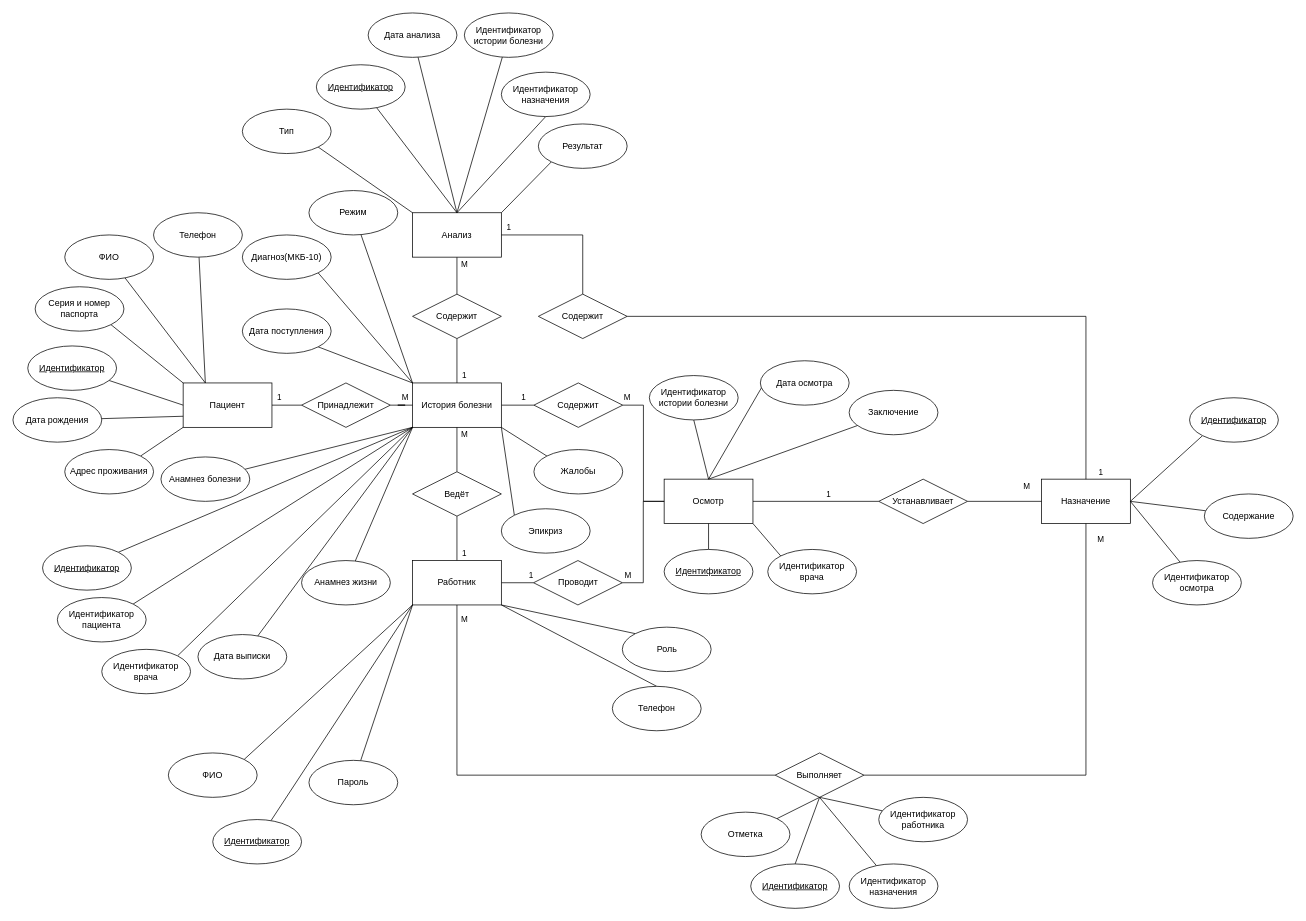
This is bd/kursovaya/ER.drawio from Mutabona/5Semestr, a draw.io file, before an edit. Source tidied: cells renumbered, new cells numbered last; positions are measured from the earlier drawing's top-left corner, leaving out a move shared by most shapes. Both pictures are drawn from the tidied source at 74%, with x=0, y=0 at pixel (13, 13).
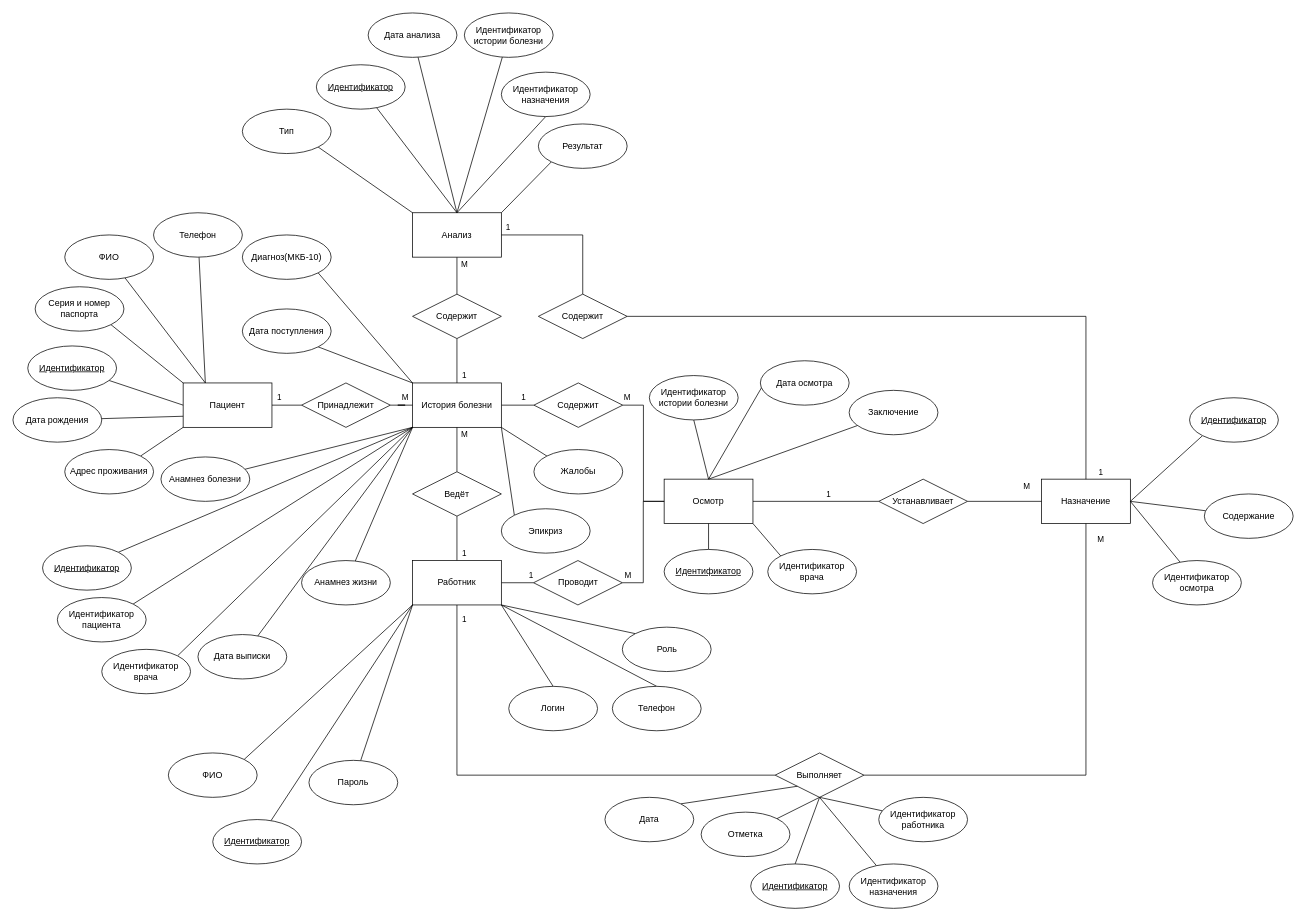
The same page after the edit.

Unchanged cells that the change refers to:
```xml
<mxCell id="5" value="История болезни" style="rounded=0;whiteSpace=wrap;html=1;" parent="1" vertex="1">
  <mxGeometry x="540" y="500" width="120" height="60" as="geometry" />
</mxCell>
<mxCell id="10" value="Анализ" style="rounded=0;whiteSpace=wrap;html=1;" parent="1" vertex="1">
  <mxGeometry x="540" y="270" width="120" height="60" as="geometry" />
</mxCell>
<mxCell id="14" value="Работник" style="rounded=0;whiteSpace=wrap;html=1;" parent="1" vertex="1">
  <mxGeometry x="540" y="740" width="120" height="60" as="geometry" />
</mxCell>
<mxCell id="21" value="Выполняет" style="rhombus;whiteSpace=wrap;html=1;" parent="1" vertex="1">
  <mxGeometry x="1030" y="1000" width="120" height="60" as="geometry" />
</mxCell>
<mxCell id="32" value="Содержит" style="rhombus;whiteSpace=wrap;html=1;" parent="1" vertex="1">
  <mxGeometry x="710" y="380" width="120" height="60" as="geometry" />
</mxCell>
```

The edit, as a diff of the source:
```diff
@@
-    <mxCell id="11" value="М" style="edgeStyle=orthogonalEdgeStyle;rounded=0;jettySize=auto;html=1;entryX=0;entryY=0.5;entryDx=0;entryDy=0;endArrow=none;endFill=0;exitX=0.5;exitY=1;exitDx=0;exitDy=0;" parent="1" edge="1" source="14" target="21">
+    <mxCell id="11" value="1" style="edgeStyle=orthogonalEdgeStyle;rounded=0;jettySize=auto;html=1;entryX=0;entryY=0.5;entryDx=0;entryDy=0;endArrow=none;endFill=0;exitX=0.5;exitY=1;exitDx=0;exitDy=0;" parent="1" edge="1" source="14" target="21">
       <mxGeometry x="-0.94" y="10" relative="1" as="geometry" />
     </mxCell>
@@
+    <mxCell id="112" style="rounded=0;jettySize=auto;html=1;exitX=1;exitY=1;exitDx=0;exitDy=0;entryX=0.5;entryY=0;entryDx=0;entryDy=0;endArrow=none;endFill=0;" parent="1" edge="1" source="14" target="113">
+      <mxGeometry relative="1" as="geometry" />
+    </mxCell>
@@
     <mxCell id="30" value="1" style="edgeStyle=orthogonalEdgeStyle;rounded=0;jettySize=auto;html=1;entryX=1;entryY=0.5;entryDx=0;entryDy=0;endArrow=none;endFill=0;" parent="1" edge="1" source="32" target="10">
-      <mxGeometry x="0.89" y="-10" relative="1" as="geometry">
+      <mxGeometry x="0.9" y="-10" relative="1" as="geometry">
         <Array as="points">
           <mxPoint x="770" y="300" />
         </Array>
       </mxGeometry>
     </mxCell>
@@
-    <mxCell id="59" style="rounded=0;jettySize=auto;html=1;entryX=0;entryY=0;entryDx=0;entryDy=0;endArrow=none;endFill=0;" parent="1" edge="1" source="60" target="5">
-      <mxGeometry relative="1" as="geometry" />
-    </mxCell>
-    <mxCell id="60" value="Режим" style="ellipse;whiteSpace=wrap;html=1;" parent="1" vertex="1">
-      <mxGeometry x="400" y="240" width="120" height="60" as="geometry" />
-    </mxCell>
@@
+    <mxCell id="113" value="Логин" style="ellipse;whiteSpace=wrap;html=1;" parent="1" vertex="1">
+      <mxGeometry x="670" y="910" width="120" height="60" as="geometry" />
+    </mxCell>
+    <mxCell id="114" style="rounded=0;jettySize=auto;html=1;exitX=1;exitY=0;exitDx=0;exitDy=0;entryX=0;entryY=1;entryDx=0;entryDy=0;endArrow=none;endFill=0;" parent="1" edge="1" source="115" target="21">
+      <mxGeometry relative="1" as="geometry" />
+    </mxCell>
+    <mxCell id="115" value="Дата" style="ellipse;whiteSpace=wrap;html=1;" parent="1" vertex="1">
+      <mxGeometry x="800" y="1060" width="120" height="60" as="geometry" />
+    </mxCell>
```
